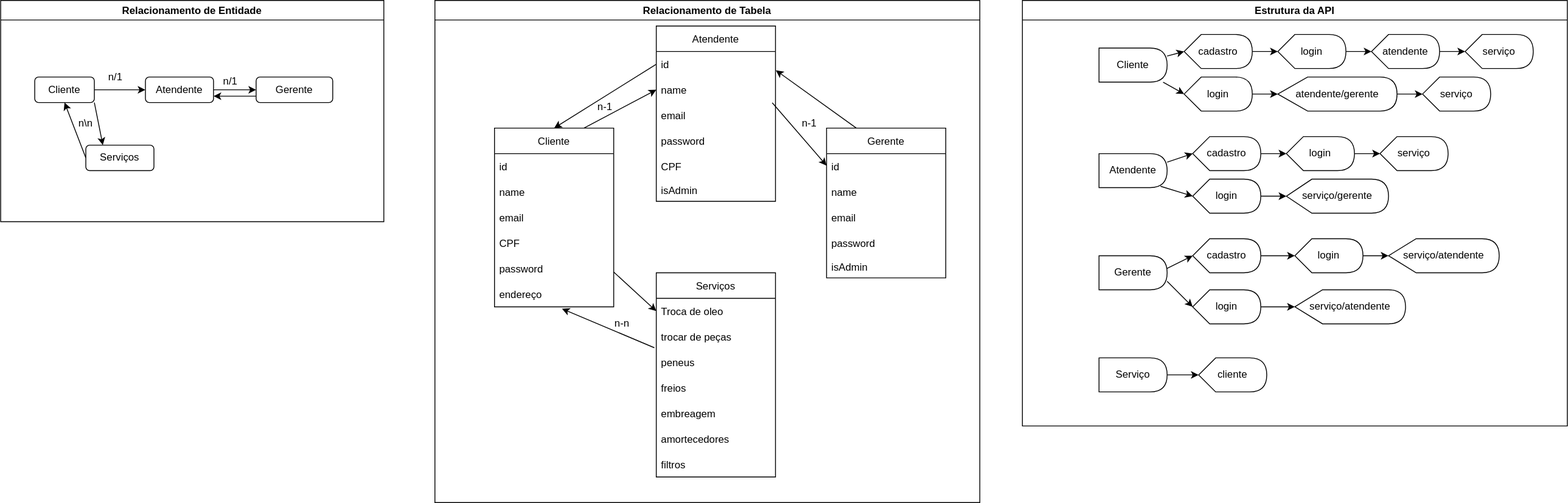
Before: project.drawio.svg, a diagram exported from draw.io (Jardejane/servi-o-oficina). Source tidied: cells renumbered, new cells last; positions are measured from the earlier drawing's top-left corner, leaving out a move shared by most shapes.
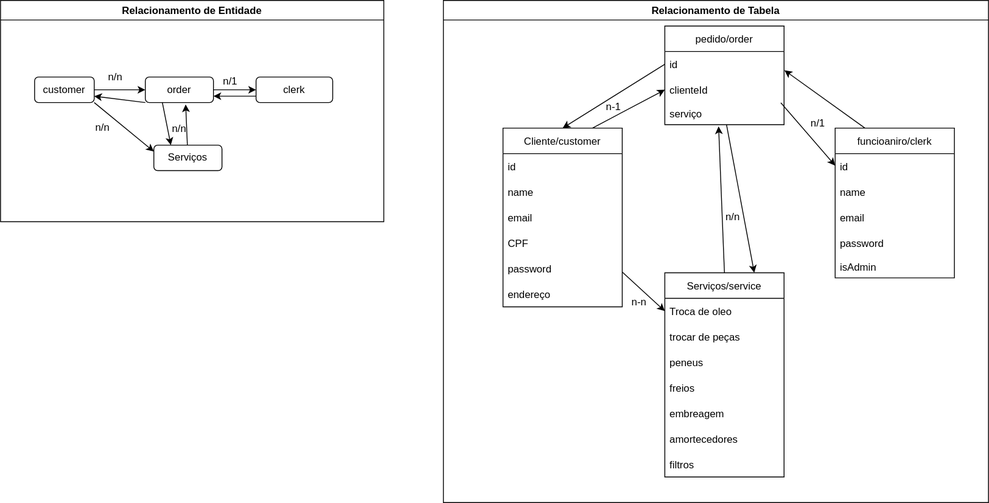
The same file after the commit.

What changed in the source:
```diff
@@ -12,46 +12,55 @@
         </Array>
       </mxGeometry>
     </mxCell>
-    <mxCell id="4" style="edgeStyle=none;html=1;exitX=1;exitY=1;exitDx=0;exitDy=0;entryX=0.25;entryY=0;entryDx=0;entryDy=0;" parent="2" edge="1" source="5" target="11">
+    <mxCell id="4" style="edgeStyle=none;html=1;exitX=1;exitY=1;exitDx=0;exitDy=0;entryX=0;entryY=0.25;entryDx=0;entryDy=0;" parent="2" edge="1" source="5" target="11">
       <mxGeometry relative="1" as="geometry" />
     </mxCell>
-    <mxCell id="5" value="Cliente&amp;nbsp;" style="rounded=1;whiteSpace=wrap;html=1;" parent="2" vertex="1">
+    <mxCell id="5" value="customer" style="rounded=1;whiteSpace=wrap;html=1;" parent="2" vertex="1">
       <mxGeometry x="40" y="90" width="70" height="30" as="geometry" />
     </mxCell>
     <mxCell id="6" style="edgeStyle=none;html=1;" parent="2" edge="1" source="7" target="9">
       <mxGeometry relative="1" as="geometry" />
     </mxCell>
+    <mxCell id="94" style="edgeStyle=none;html=1;exitX=0.25;exitY=1;exitDx=0;exitDy=0;entryX=0.25;entryY=0;entryDx=0;entryDy=0;" parent="2" edge="1" source="7" target="11">
+      <mxGeometry relative="1" as="geometry" />
+    </mxCell>
+    <mxCell id="95" style="edgeStyle=none;html=1;exitX=0;exitY=1;exitDx=0;exitDy=0;entryX=1;entryY=0.75;entryDx=0;entryDy=0;" parent="2" edge="1" source="7" target="5">
+      <mxGeometry relative="1" as="geometry" />
+    </mxCell>
-    <mxCell id="7" value="Atendente" style="rounded=1;whiteSpace=wrap;html=1;" parent="2" vertex="1">
+    <mxCell id="7" value="order" style="rounded=1;whiteSpace=wrap;html=1;" parent="2" vertex="1">
       <mxGeometry x="170" y="90" width="80" height="30" as="geometry" />
     </mxCell>
     <mxCell id="8" style="edgeStyle=none;html=1;exitX=0;exitY=0.75;exitDx=0;exitDy=0;entryX=1;entryY=0.75;entryDx=0;entryDy=0;" parent="2" edge="1" source="9" target="7">
       <mxGeometry relative="1" as="geometry" />
     </mxCell>
-    <mxCell id="9" value="Gerente" style="rounded=1;whiteSpace=wrap;html=1;" parent="2" vertex="1">
+    <mxCell id="9" value="clerk" style="rounded=1;whiteSpace=wrap;html=1;" parent="2" vertex="1">
       <mxGeometry x="300" y="90" width="90" height="30" as="geometry" />
     </mxCell>
-    <mxCell id="10" style="edgeStyle=none;html=1;exitX=0;exitY=0.5;exitDx=0;exitDy=0;entryX=0.5;entryY=1;entryDx=0;entryDy=0;" parent="2" edge="1" source="11" target="5">
-      <mxGeometry relative="1" as="geometry" />
-    </mxCell>
+    <mxCell id="96" style="edgeStyle=none;html=1;entryX=0.592;entryY=1.073;entryDx=0;entryDy=0;entryPerimeter=0;" parent="2" edge="1" source="11" target="7">
+      <mxGeometry relative="1" as="geometry" />
+    </mxCell>
     <mxCell id="11" value="Serviços" style="rounded=1;whiteSpace=wrap;html=1;" parent="2" vertex="1">
-      <mxGeometry x="100" y="170" width="80" height="30" as="geometry" />
+      <mxGeometry x="180" y="170" width="80" height="30" as="geometry" />
     </mxCell>
-    <mxCell id="12" value="n/1" style="text;html=1;strokeColor=none;fillColor=none;align=center;verticalAlign=middle;whiteSpace=wrap;rounded=0;" parent="2" vertex="1">
+    <mxCell id="12" value="n/n" style="text;html=1;strokeColor=none;fillColor=none;align=center;verticalAlign=middle;whiteSpace=wrap;rounded=0;" parent="2" vertex="1">
       <mxGeometry x="120" y="80" width="30" height="20" as="geometry" />
     </mxCell>
     <mxCell id="13" value="n/1" style="text;html=1;strokeColor=none;fillColor=none;align=center;verticalAlign=middle;whiteSpace=wrap;rounded=0;" parent="2" vertex="1">
       <mxGeometry x="250" y="80" width="40" height="30" as="geometry" />
     </mxCell>
-    <mxCell id="14" value="n\n" style="text;html=1;strokeColor=none;fillColor=none;align=center;verticalAlign=middle;whiteSpace=wrap;rounded=0;" parent="2" vertex="1">
-      <mxGeometry x="70" y="130" width="60" height="30" as="geometry" />
-    </mxCell>
+    <mxCell id="97" value="n/n" style="text;html=1;strokeColor=none;fillColor=none;align=center;verticalAlign=middle;whiteSpace=wrap;rounded=0;" parent="2" vertex="1">
+      <mxGeometry x="190" y="150" width="40" as="geometry" />
+    </mxCell>
+    <mxCell id="98" value="n/n" style="text;html=1;strokeColor=none;fillColor=none;align=center;verticalAlign=middle;whiteSpace=wrap;rounded=0;" parent="2" vertex="1">
+      <mxGeometry x="90" y="135" width="60" height="30" as="geometry" />
+    </mxCell>
     <mxCell id="15" value="Relacionamento de Tabela " style="swimlane;" parent="1" vertex="1">
-      <mxGeometry x="510" width="640" height="590" as="geometry" />
+      <mxGeometry x="520" width="640" height="590" as="geometry" />
     </mxCell>
     <mxCell id="16" style="edgeStyle=none;html=1;entryX=0;entryY=0.5;entryDx=0;entryDy=0;" parent="15" edge="1" source="17" target="41">
       <mxGeometry relative="1" as="geometry" />
     </mxCell>
-    <mxCell id="17" value="Cliente" style="swimlane;fontStyle=0;horizontal=1;startSize=30;" parent="15" vertex="1">
+    <mxCell id="17" value="Cliente/customer" style="swimlane;fontStyle=0;horizontal=1;startSize=30;" parent="15" vertex="1">
       <mxGeometry x="70" y="150" width="140" height="210" as="geometry" />
     </mxCell>
     <mxCell id="18" value="id" style="text;strokeColor=none;fillColor=none;align=left;verticalAlign=middle;spacingLeft=4;spacingRight=4;overflow=hidden;" parent="17" vertex="1">
@@ -72,34 +81,27 @@
     <mxCell id="23" value="endereço" style="text;strokeColor=none;fillColor=none;align=left;verticalAlign=middle;spacingLeft=4;spacingRight=4;overflow=hidden;points=[[0,0.5],[1,0.5]];portConstraint=eastwest;" parent="17" vertex="1">
       <mxGeometry y="180" width="140" height="30" as="geometry" />
     </mxCell>
-    <mxCell id="24" style="edgeStyle=none;html=1;entryX=0;entryY=0.25;entryDx=0;entryDy=0;exitX=0.973;exitY=0.01;exitDx=0;exitDy=0;exitPerimeter=0;" parent="15" edge="1" source="28" target="33">
-      <mxGeometry relative="1" as="geometry" />
+    <mxCell id="24" style="edgeStyle=none;html=1;entryX=0;entryY=0.25;entryDx=0;entryDy=0;exitX=0.973;exitY=0.01;exitDx=0;exitDy=0;exitPerimeter=0;" parent="15" edge="1" target="33">
+      <mxGeometry relative="1" as="geometry">
+        <mxPoint x="396.2" y="120.3" as="sourcePoint" />
+      </mxGeometry>
     </mxCell>
-    <mxCell id="25" value="Atendente" style="swimlane;fontStyle=0;horizontal=1;startSize=30;" parent="15" vertex="1">
-      <mxGeometry x="260" y="30" width="140" height="206" as="geometry" />
+    <mxCell id="25" value="pedido/order" style="swimlane;fontStyle=0;horizontal=1;startSize=30;" parent="15" vertex="1">
+      <mxGeometry x="260" y="30" width="140" height="116" as="geometry" />
     </mxCell>
     <mxCell id="26" value="id" style="text;strokeColor=none;fillColor=none;align=left;verticalAlign=middle;spacingLeft=4;spacingRight=4;overflow=hidden;points=[[0,0.5],[1,0.5]];portConstraint=eastwest;" parent="25" vertex="1">
       <mxGeometry y="30" width="140" height="30" as="geometry" />
     </mxCell>
-    <mxCell id="27" value="name" style="text;strokeColor=none;fillColor=none;align=left;verticalAlign=middle;spacingLeft=4;spacingRight=4;overflow=hidden;points=[[0,0.5],[1,0.5]];portConstraint=eastwest;" parent="25" vertex="1">
+    <mxCell id="27" value="clienteId" style="text;strokeColor=none;fillColor=none;align=left;verticalAlign=middle;spacingLeft=4;spacingRight=4;overflow=hidden;points=[[0,0.5],[1,0.5]];portConstraint=eastwest;" parent="25" vertex="1">
       <mxGeometry y="60" width="140" height="30" as="geometry" />
     </mxCell>
-    <mxCell id="28" value="email" style="text;strokeColor=none;fillColor=none;align=left;verticalAlign=middle;spacingLeft=4;spacingRight=4;overflow=hidden;points=[[0,0.5],[1,0.5]];portConstraint=eastwest;" parent="25" vertex="1">
-      <mxGeometry y="90" width="140" height="30" as="geometry" />
-    </mxCell>
-    <mxCell id="29" value="password" style="text;strokeColor=none;fillColor=none;align=left;verticalAlign=middle;spacingLeft=4;spacingRight=4;overflow=hidden;" parent="25" vertex="1">
-      <mxGeometry y="120" width="140" height="30" as="geometry" />
-    </mxCell>
-    <mxCell id="30" value="CPF" style="text;strokeColor=none;fillColor=none;align=left;verticalAlign=middle;spacingLeft=4;spacingRight=4;overflow=hidden;" parent="25" vertex="1">
-      <mxGeometry y="150" width="140" height="30" as="geometry" />
-    </mxCell>
-    <mxCell id="31" value="isAdmin" style="text;strokeColor=none;fillColor=none;align=left;verticalAlign=top;spacingLeft=4;spacingRight=4;overflow=hidden;points=[[0,0.5],[1,0.5]];portConstraint=eastwest;" parent="25" vertex="1">
-      <mxGeometry y="180" width="140" height="26" as="geometry" />
+    <mxCell id="31" value="serviço" style="text;strokeColor=none;fillColor=none;align=left;verticalAlign=top;spacingLeft=4;spacingRight=4;overflow=hidden;points=[[0,0.5],[1,0.5]];portConstraint=eastwest;" parent="25" vertex="1">
+      <mxGeometry y="90" width="140" height="26" as="geometry" />
     </mxCell>
     <mxCell id="32" style="edgeStyle=none;html=1;exitX=0.25;exitY=0;exitDx=0;exitDy=0;entryX=1.003;entryY=0.737;entryDx=0;entryDy=0;entryPerimeter=0;" parent="15" edge="1" source="33" target="26">
       <mxGeometry relative="1" as="geometry" />
     </mxCell>
-    <mxCell id="33" value="Gerente" style="swimlane;fontStyle=0;horizontal=1;startSize=30;" parent="15" vertex="1">
+    <mxCell id="33" value="funcioaniro/clerk" style="swimlane;fontStyle=0;horizontal=1;startSize=30;" parent="15" vertex="1">
       <mxGeometry x="460" y="150" width="140" height="176" as="geometry" />
     </mxCell>
     <mxCell id="34" value="id" style="text;strokeColor=none;fillColor=none;align=left;verticalAlign=middle;spacingLeft=4;spacingRight=4;overflow=hidden;" parent="33" vertex="1">
@@ -117,10 +119,10 @@
     <mxCell id="38" value="isAdmin" style="text;strokeColor=none;fillColor=none;align=left;verticalAlign=top;spacingLeft=4;spacingRight=4;overflow=hidden;" parent="33" vertex="1">
       <mxGeometry y="150" width="140" height="26" as="geometry" />
     </mxCell>
-    <mxCell id="39" style="edgeStyle=none;html=1;entryX=0.566;entryY=1.075;entryDx=0;entryDy=0;entryPerimeter=0;exitX=-0.016;exitY=-0.064;exitDx=0;exitDy=0;exitPerimeter=0;" parent="15" edge="1" source="43" target="23">
-      <mxGeometry relative="1" as="geometry" />
-    </mxCell>
+    <mxCell id="99" style="edgeStyle=none;html=1;exitX=0.5;exitY=0;exitDx=0;exitDy=0;entryX=0.451;entryY=1.077;entryDx=0;entryDy=0;entryPerimeter=0;" parent="15" edge="1" source="40" target="31">
+      <mxGeometry relative="1" as="geometry" />
+    </mxCell>
-    <mxCell id="40" value="Serviços" style="swimlane;fontStyle=0;horizontal=1;startSize=30;" parent="15" vertex="1">
+    <mxCell id="40" value="Serviços/service" style="swimlane;fontStyle=0;horizontal=1;startSize=30;" parent="15" vertex="1">
       <mxGeometry x="260" y="320" width="140" height="240" as="geometry" />
     </mxCell>
     <mxCell id="41" value="Troca de oleo" style="text;strokeColor=none;fillColor=none;align=left;verticalAlign=middle;spacingLeft=4;spacingRight=4;overflow=hidden;points=[[0,0.5],[1,0.5]];portConstraint=eastwest;" parent="40" vertex="1">
@@ -150,137 +152,20 @@
     <mxCell id="49" value="n-1" style="text;html=1;strokeColor=none;fillColor=none;align=center;verticalAlign=middle;whiteSpace=wrap;rounded=0;" parent="15" vertex="1">
       <mxGeometry x="170" y="110" width="60" height="30" as="geometry" />
     </mxCell>
-    <mxCell id="50" value="n-1" style="text;html=1;strokeColor=none;fillColor=none;align=center;verticalAlign=middle;whiteSpace=wrap;rounded=0;" parent="15" vertex="1">
+    <mxCell id="50" value="n/1" style="text;html=1;strokeColor=none;fillColor=none;align=center;verticalAlign=middle;whiteSpace=wrap;rounded=0;" parent="15" vertex="1">
       <mxGeometry x="410" y="130" width="60" height="30" as="geometry" />
     </mxCell>
     <mxCell id="51" value="n-n" style="text;html=1;strokeColor=none;fillColor=none;align=center;verticalAlign=middle;whiteSpace=wrap;rounded=0;" parent="15" vertex="1">
-      <mxGeometry x="190" y="365" width="60" height="30" as="geometry" />
+      <mxGeometry x="200" y="340" width="60" height="30" as="geometry" />
     </mxCell>
     <mxCell id="52" style="edgeStyle=none;html=1;exitX=0;exitY=0.5;exitDx=0;exitDy=0;entryX=0.5;entryY=0;entryDx=0;entryDy=0;" parent="15" edge="1" source="26" target="17">
       <mxGeometry relative="1" as="geometry" />
     </mxCell>
-    <mxCell id="53" value="Estrutura da API" style="swimlane;" parent="1" vertex="1">
-      <mxGeometry x="1200" width="640" height="500" as="geometry" />
-    </mxCell>
-    <mxCell id="54" style="edgeStyle=none;html=1;entryX=0;entryY=0.5;entryDx=0;entryDy=0;entryPerimeter=0;" parent="53" edge="1" source="56" target="58">
-      <mxGeometry relative="1" as="geometry" />
-    </mxCell>
-    <mxCell id="55" style="edgeStyle=none;html=1;entryX=0;entryY=0.5;entryDx=0;entryDy=0;entryPerimeter=0;" parent="53" edge="1" source="56" target="65">
-      <mxGeometry relative="1" as="geometry" />
-    </mxCell>
-    <mxCell id="56" value="Cliente" style="shape=delay;whiteSpace=wrap;html=1;" parent="53" vertex="1">
-      <mxGeometry x="90" y="56" width="80" height="40" as="geometry" />
-    </mxCell>
-    <mxCell id="57" style="edgeStyle=none;html=1;" parent="53" edge="1" source="58" target="60">
-      <mxGeometry relative="1" as="geometry" />
-    </mxCell>
-    <mxCell id="58" value="cadastro" style="shape=display;whiteSpace=wrap;html=1;" parent="53" vertex="1">
-      <mxGeometry x="190" y="40" width="80" height="40" as="geometry" />
-    </mxCell>
-    <mxCell id="59" style="edgeStyle=none;html=1;" parent="53" edge="1" source="60" target="62">
-      <mxGeometry relative="1" as="geometry" />
-    </mxCell>
-    <mxCell id="60" value="login" style="shape=display;whiteSpace=wrap;html=1;" parent="53" vertex="1">
-      <mxGeometry x="300" y="40" width="80" height="40" as="geometry" />
-    </mxCell>
-    <mxCell id="61" style="edgeStyle=none;html=1;" parent="53" edge="1" source="62" target="63">
-      <mxGeometry relative="1" as="geometry" />
-    </mxCell>
-    <mxCell id="62" value="atendente" style="shape=display;whiteSpace=wrap;html=1;" parent="53" vertex="1">
-      <mxGeometry x="410" y="40" width="80" height="40" as="geometry" />
-    </mxCell>
-    <mxCell id="63" value="serviço" style="shape=display;whiteSpace=wrap;html=1;" parent="53" vertex="1">
-      <mxGeometry x="520" y="40" width="80" height="40" as="geometry" />
-    </mxCell>
-    <mxCell id="64" style="edgeStyle=none;html=1;" parent="53" edge="1" source="65" target="67">
-      <mxGeometry relative="1" as="geometry" />
-    </mxCell>
-    <mxCell id="65" value="login" style="shape=display;whiteSpace=wrap;html=1;" parent="53" vertex="1">
-      <mxGeometry x="190" y="90" width="80" height="40" as="geometry" />
-    </mxCell>
-    <mxCell id="66" style="edgeStyle=none;html=1;" parent="53" edge="1" source="67" target="68">
-      <mxGeometry relative="1" as="geometry" />
-    </mxCell>
-    <mxCell id="67" value="atendente/gerente" style="shape=display;whiteSpace=wrap;html=1;" parent="53" vertex="1">
-      <mxGeometry x="300" y="90" width="140" height="40" as="geometry" />
-    </mxCell>
-    <mxCell id="68" value="serviço" style="shape=display;whiteSpace=wrap;html=1;" parent="53" vertex="1">
-      <mxGeometry x="470" y="90" width="80" height="40" as="geometry" />
-    </mxCell>
-    <mxCell id="69" style="edgeStyle=none;html=1;entryX=0;entryY=0.5;entryDx=0;entryDy=0;entryPerimeter=0;exitX=1;exitY=0.25;exitDx=0;exitDy=0;" parent="53" edge="1" source="71" target="73">
-      <mxGeometry relative="1" as="geometry" />
-    </mxCell>
-    <mxCell id="70" style="edgeStyle=none;html=1;exitX=0.903;exitY=0.959;exitDx=0;exitDy=0;entryX=0;entryY=0.5;entryDx=0;entryDy=0;entryPerimeter=0;exitPerimeter=0;" parent="53" edge="1" source="71" target="78">
-      <mxGeometry relative="1" as="geometry" />
-    </mxCell>
-    <mxCell id="71" value="Atendente" style="shape=delay;whiteSpace=wrap;html=1;" parent="53" vertex="1">
-      <mxGeometry x="90" y="180" width="80" height="40" as="geometry" />
-    </mxCell>
-    <mxCell id="72" style="edgeStyle=none;html=1;" parent="53" edge="1" source="73" target="75">
-      <mxGeometry relative="1" as="geometry" />
-    </mxCell>
-    <mxCell id="73" value="cadastro" style="shape=display;whiteSpace=wrap;html=1;" parent="53" vertex="1">
-      <mxGeometry x="200" y="160" width="80" height="40" as="geometry" />
-    </mxCell>
-    <mxCell id="74" style="edgeStyle=none;html=1;" parent="53" edge="1" source="75" target="76">
-      <mxGeometry relative="1" as="geometry" />
-    </mxCell>
-    <mxCell id="75" value="login" style="shape=display;whiteSpace=wrap;html=1;" parent="53" vertex="1">
-      <mxGeometry x="310" y="160" width="80" height="40" as="geometry" />
-    </mxCell>
-    <mxCell id="76" value="serviço" style="shape=display;whiteSpace=wrap;html=1;" parent="53" vertex="1">
-      <mxGeometry x="420" y="160" width="80" height="40" as="geometry" />
-    </mxCell>
-    <mxCell id="77" style="edgeStyle=none;html=1;" parent="53" edge="1" source="78" target="79">
-      <mxGeometry relative="1" as="geometry" />
-    </mxCell>
-    <mxCell id="78" value="login" style="shape=display;whiteSpace=wrap;html=1;" parent="53" vertex="1">
-      <mxGeometry x="200" y="210" width="80" height="40" as="geometry" />
-    </mxCell>
-    <mxCell id="79" value="serviço/gerente" style="shape=display;whiteSpace=wrap;html=1;" parent="53" vertex="1">
-      <mxGeometry x="310" y="210" width="120" height="40" as="geometry" />
-    </mxCell>
-    <mxCell id="80" style="edgeStyle=none;html=1;entryX=0;entryY=0.5;entryDx=0;entryDy=0;entryPerimeter=0;exitX=0.871;exitY=0.5;exitDx=0;exitDy=0;exitPerimeter=0;" parent="53" edge="1" source="82" target="84">
-      <mxGeometry relative="1" as="geometry" />
-    </mxCell>
-    <mxCell id="81" style="edgeStyle=none;html=1;exitX=1;exitY=0.75;exitDx=0;exitDy=0;entryX=0;entryY=0.5;entryDx=0;entryDy=0;entryPerimeter=0;" parent="53" edge="1" source="82" target="86">
-      <mxGeometry relative="1" as="geometry" />
-    </mxCell>
-    <mxCell id="82" value="Gerente" style="shape=delay;whiteSpace=wrap;html=1;" parent="53" vertex="1">
-      <mxGeometry x="90" y="300" width="80" height="40" as="geometry" />
-    </mxCell>
-    <mxCell id="83" style="edgeStyle=none;html=1;" parent="53" edge="1" source="84" target="88">
-      <mxGeometry relative="1" as="geometry" />
-    </mxCell>
-    <mxCell id="84" value="cadastro" style="shape=display;whiteSpace=wrap;html=1;size=0.25;" parent="53" vertex="1">
-      <mxGeometry x="200" y="280" width="80" height="40" as="geometry" />
-    </mxCell>
-    <mxCell id="85" style="edgeStyle=none;html=1;entryX=0;entryY=0.5;entryDx=0;entryDy=0;entryPerimeter=0;" parent="53" edge="1" source="86" target="90">
-      <mxGeometry relative="1" as="geometry" />
-    </mxCell>
-    <mxCell id="86" value="login" style="shape=display;whiteSpace=wrap;html=1;" parent="53" vertex="1">
-      <mxGeometry x="200" y="340" width="80" height="40" as="geometry" />
-    </mxCell>
-    <mxCell id="87" style="edgeStyle=none;html=1;" parent="53" edge="1" source="88" target="89">
-      <mxGeometry relative="1" as="geometry" />
-    </mxCell>
-    <mxCell id="88" value="login" style="shape=display;whiteSpace=wrap;html=1;" parent="53" vertex="1">
-      <mxGeometry x="320" y="280" width="80" height="40" as="geometry" />
-    </mxCell>
-    <mxCell id="89" value="serviço/atendente" style="shape=display;whiteSpace=wrap;html=1;" parent="53" vertex="1">
-      <mxGeometry x="430" y="280" width="130" height="40" as="geometry" />
-    </mxCell>
-    <mxCell id="90" value="serviço/atendente" style="shape=display;whiteSpace=wrap;html=1;" parent="53" vertex="1">
-      <mxGeometry x="320" y="340" width="130" height="40" as="geometry" />
-    </mxCell>
-    <mxCell id="91" style="edgeStyle=none;html=1;" parent="53" edge="1" source="92" target="93">
-      <mxGeometry relative="1" as="geometry" />
-    </mxCell>
-    <mxCell id="92" value="Serviço" style="shape=delay;whiteSpace=wrap;html=1;" parent="53" vertex="1">
-      <mxGeometry x="90" y="420" width="80" height="40" as="geometry" />
-    </mxCell>
-    <mxCell id="93" value="cliente" style="shape=display;whiteSpace=wrap;html=1;" parent="53" vertex="1">
-      <mxGeometry x="207" y="420" width="80" height="40" as="geometry" />
-    </mxCell>
+    <mxCell id="100" value="n/n" style="text;html=1;strokeColor=none;fillColor=none;align=center;verticalAlign=middle;whiteSpace=wrap;rounded=0;" parent="15" vertex="1">
+      <mxGeometry x="310" y="240" width="60" height="30" as="geometry" />
+    </mxCell>
+    <mxCell id="101" style="edgeStyle=none;html=1;entryX=0.75;entryY=0;entryDx=0;entryDy=0;" parent="15" edge="1" source="31" target="40">
+      <mxGeometry relative="1" as="geometry" />
+    </mxCell>
   </root>
 </mxGraphModel>
```
